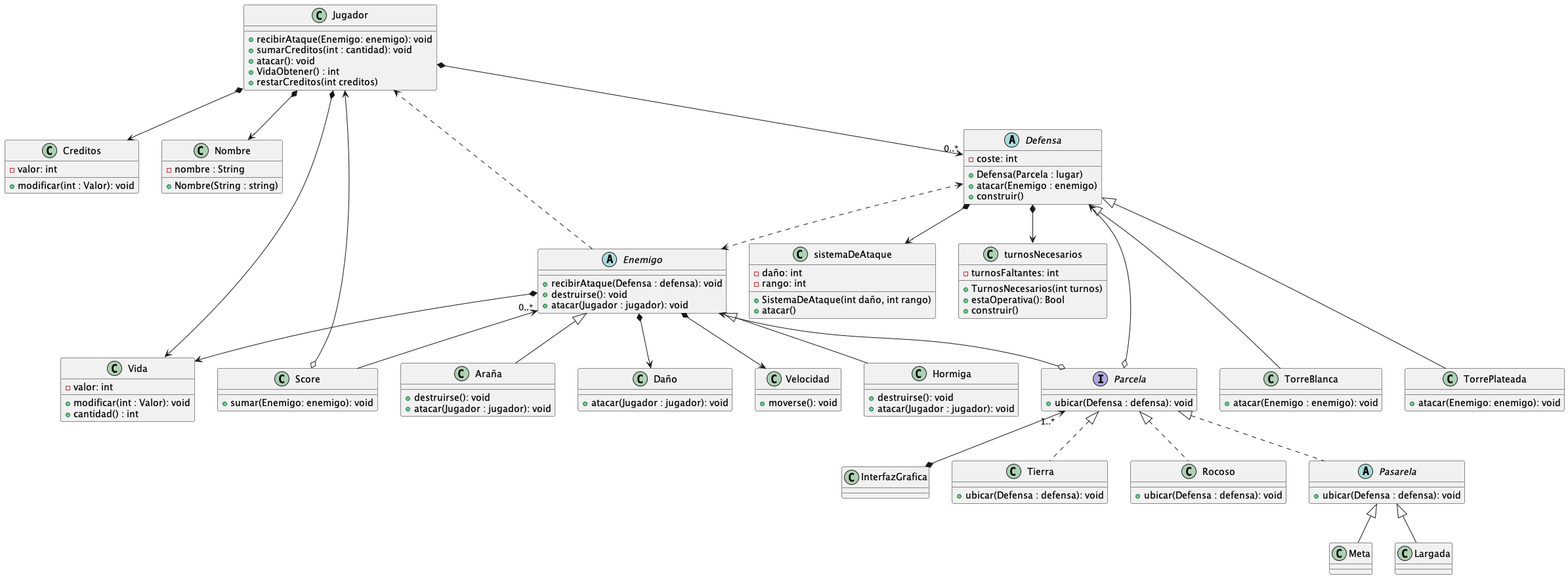
franzimbi/algo3_tp2 keeps this PlantUML diagram as diagrams/classes/diagrama_de_clase_tentativo.png. Above is the earlier version.
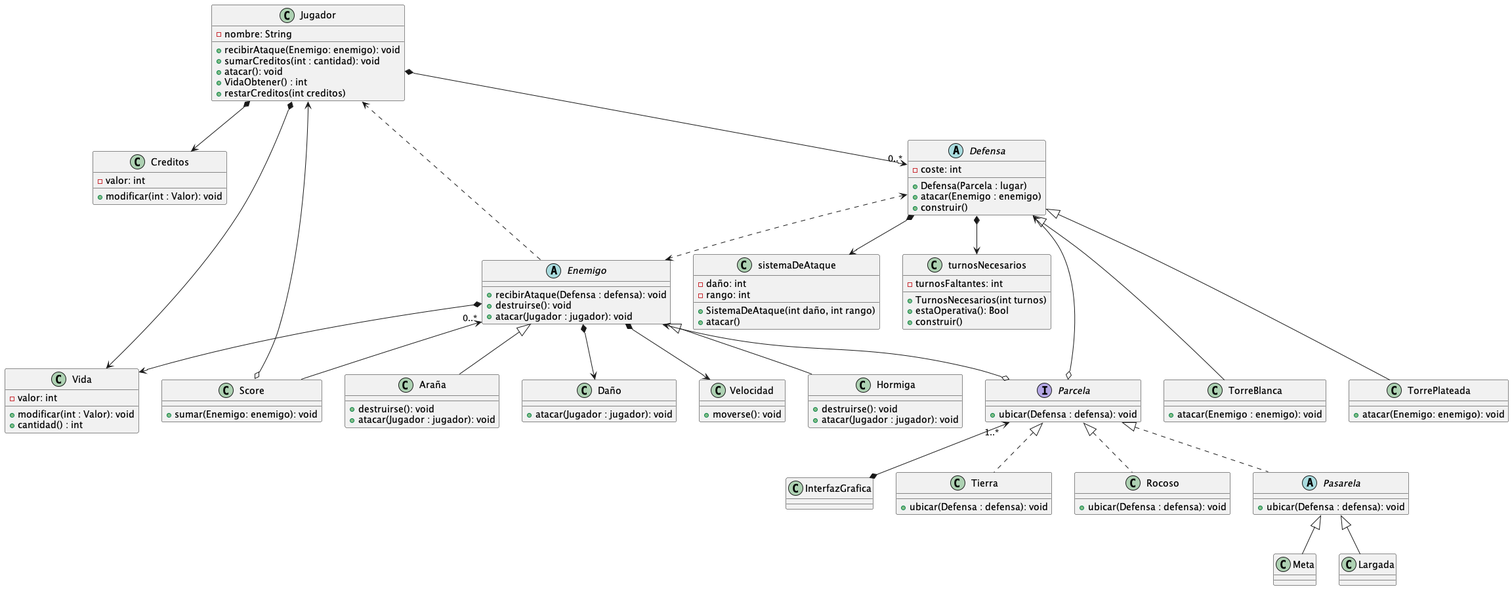
After the commit.

Commit message:
actualizacion uml

Diff of the diagram source:
```diff
@@ -1,6 +1,7 @@
 @startuml
 
 class Jugador {
+    -nombre: String
     +recibirAtaque(Enemigo: enemigo): void
     +sumarCreditos(int : cantidad): void
     +atacar(): void
@@ -11,11 +12,6 @@
 class Creditos {
     -valor: int
     +modificar(int : Valor): void
-}
-
-class Nombre {
-    -nombre : String
-    +Nombre(String : string)
 }
 
 class Vida {
@@ -104,7 +100,6 @@
 }
 
 Jugador  *-->  Creditos
-Jugador  *-->  Nombre
 Jugador  *-->  Vida
 Jugador  *--> "0..*" Defensa
 Score  o-->  Jugador
```
